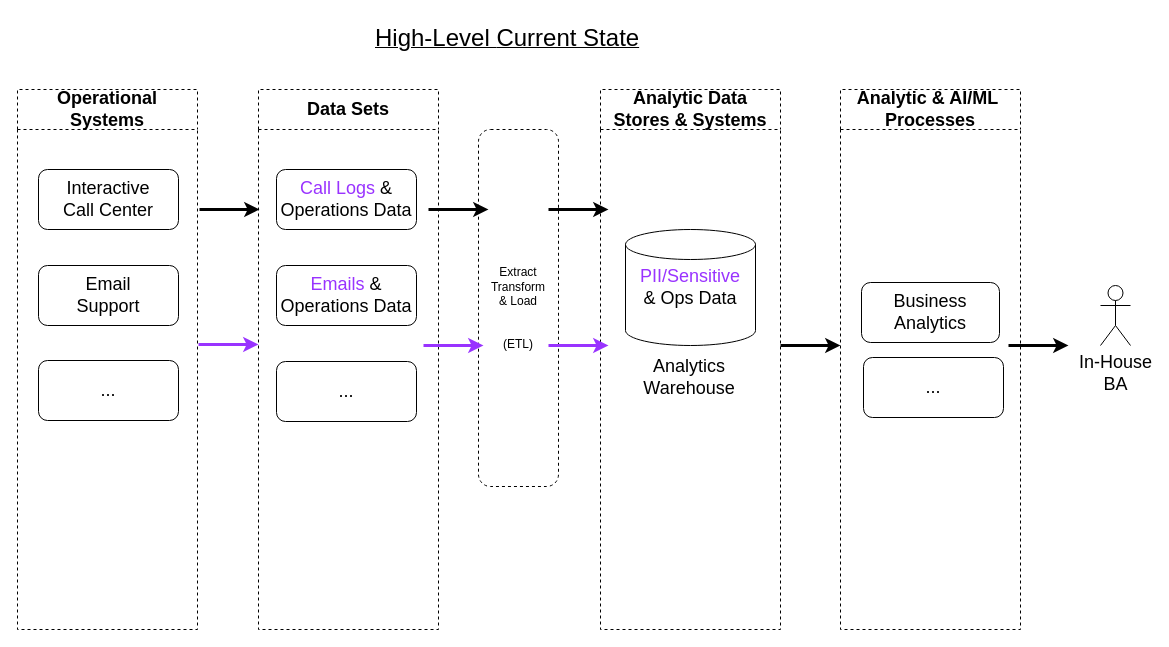
Earlier version of the draw.io diagram page "Current State" (3 of 6) of AB2 - 2022-12-04-v1.drawio (fotoby/ab3). Source tidied: cells renumbered, new cells numbered last; positions are measured from the earlier drawing's top-left corner, leaving out a move shared by most shapes. Both pictures are drawn from the tidied source at 100%, with x=0, y=0 at pixel (17, 17).
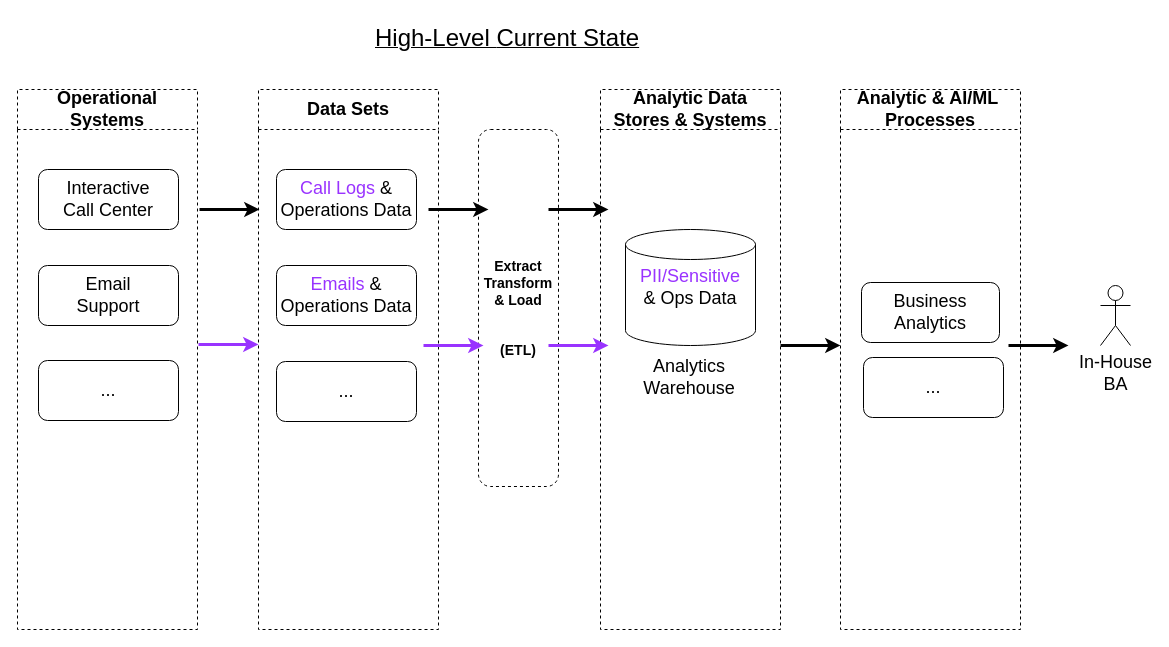
After the change.

What changed in the source:
```diff
@@
-    <mxCell id="20" value="Extract Transform&lt;br&gt;&amp;amp; Load&lt;br&gt;&lt;br&gt;&lt;br&gt;(ETL)" style="rounded=1;whiteSpace=wrap;html=1;fontSize=12;dashed=1;" parent="1" vertex="1">
+    <mxCell id="20" value="&lt;font style=&quot;font-size: 14px;&quot;&gt;&lt;b&gt;Extract Transform&lt;br&gt;&amp;amp; Load&lt;br&gt;&lt;br&gt;&lt;br&gt;(ETL)&lt;/b&gt;&lt;/font&gt;" style="rounded=1;whiteSpace=wrap;html=1;fontSize=12;dashed=1;" parent="1" vertex="1">
       <mxGeometry x="461" y="112" width="80" height="357" as="geometry" />
     </mxCell>
```
